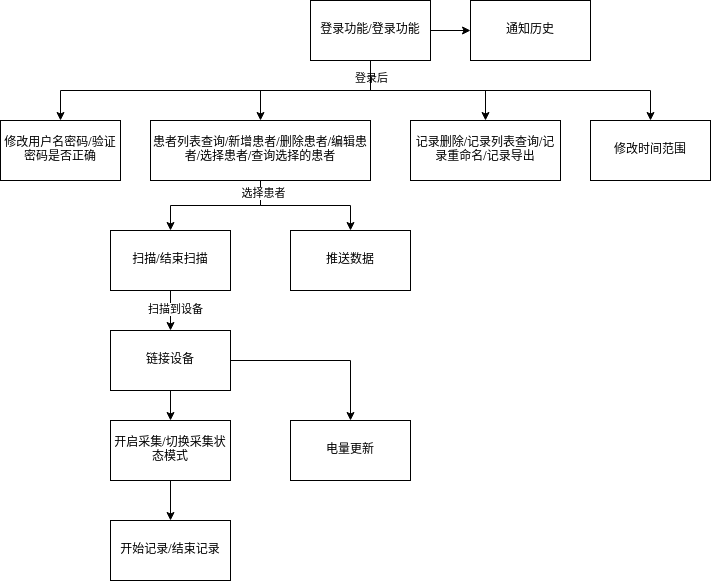
The draw.io diagram 图片/概念设计-系统层次结构图.png in yz360307/draw, before a commit. Source tidied: cells renumbered, new cells last; positions are measured from the earlier drawing's top-left corner, leaving out a move shared by most shapes.
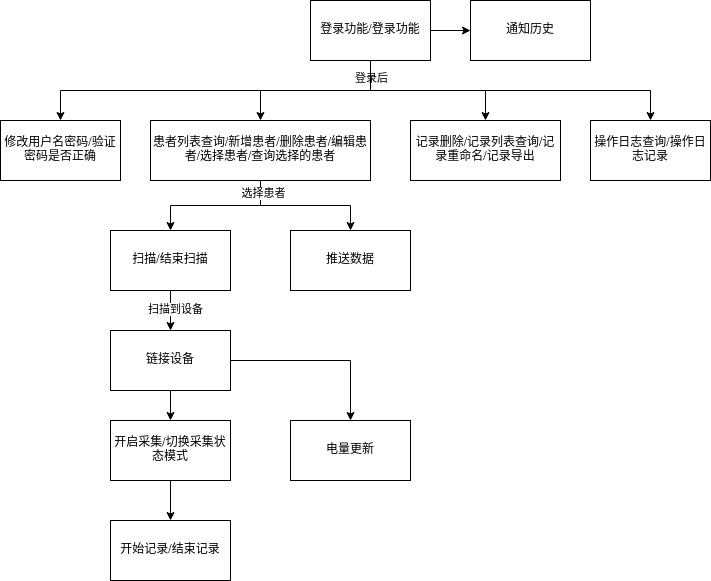
The same diagram one commit later.

The edit, as a diff of the source:
```diff
@@ -76,7 +76,7 @@
     <mxCell id="25" value="开始记录/结束记录" style="rounded=0;whiteSpace=wrap;html=1;" parent="1" vertex="1">
       <mxGeometry x="110" y="520" width="120" height="60" as="geometry" />
     </mxCell>
-    <mxCell id="26" value="修改时间范围" style="rounded=0;whiteSpace=wrap;html=1;" parent="1" vertex="1">
+    <mxCell id="26" value="操作日志查询/操作日志记录" style="rounded=0;whiteSpace=wrap;html=1;" parent="1" vertex="1">
       <mxGeometry x="590" y="120" width="120" height="60" as="geometry" />
     </mxCell>
     <mxCell id="27" value="通知历史" style="whiteSpace=wrap;html=1;rounded=0;" parent="1" vertex="1">
```
